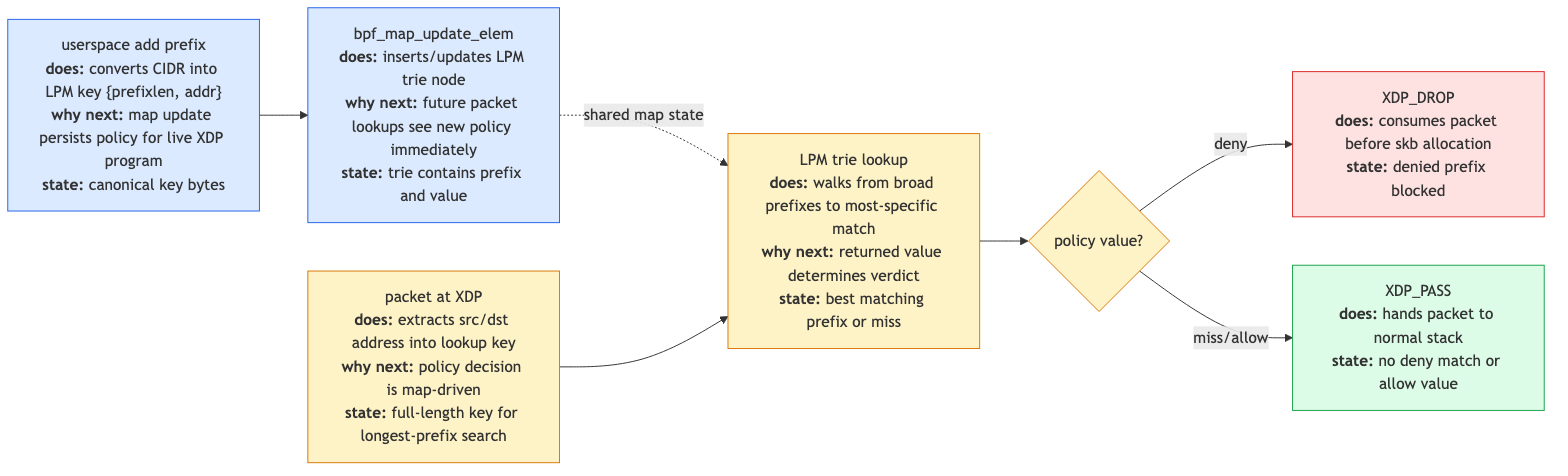
Earlier version of the Mermaid export ebpf/src/diagrams/day15_lookup_flow.png (biefy/books). Its source is kept beside it as ebpf/src/diagrams/src/day15_lookup_flow.mmd.
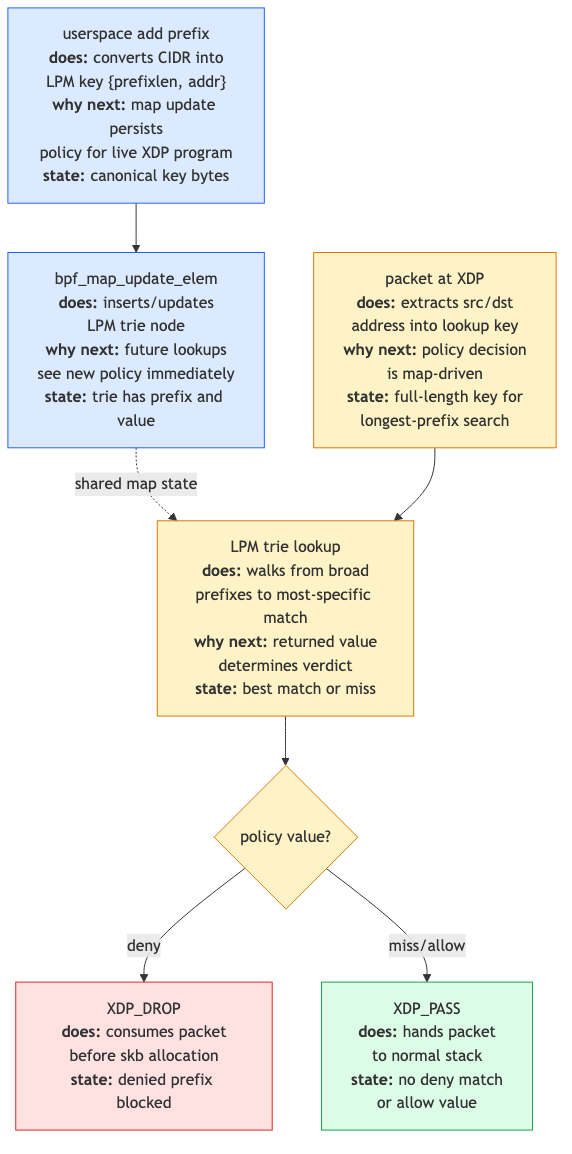
Later version of the same file.

Change to the diagram source:
```diff
@@ -1,11 +1,11 @@
-flowchart LR
-    CLI["userspace add prefix<br/><b>does:</b> converts CIDR into LPM key {prefixlen, addr}<br/><b>why next:</b> map update persists policy for live XDP program<br/><b>state:</b> canonical key bytes"]
-    Update["bpf_map_update_elem<br/><b>does:</b> inserts/updates LPM trie node<br/><b>why next:</b> future packet lookups see new policy immediately<br/><b>state:</b> trie contains prefix and value"]
-    Packet["packet at XDP<br/><b>does:</b> extracts src/dst address into lookup key<br/><b>why next:</b> policy decision is map-driven<br/><b>state:</b> full-length key for longest-prefix search"]
-    Lookup["LPM trie lookup<br/><b>does:</b> walks from broad prefixes to most-specific match<br/><b>why next:</b> returned value determines verdict<br/><b>state:</b> best matching prefix or miss"]
+flowchart TD
+    CLI["userspace add prefix<br/><b>does:</b> converts CIDR into<br/>LPM key {prefixlen, addr}<br/><b>why next:</b> map update persists<br/>policy for live XDP program<br/><b>state:</b> canonical key bytes"]
+    Update["bpf_map_update_elem<br/><b>does:</b> inserts/updates<br/>LPM trie node<br/><b>why next:</b> future lookups<br/>see new policy immediately<br/><b>state:</b> trie has prefix and value"]
+    Packet["packet at XDP<br/><b>does:</b> extracts src/dst<br/>address into lookup key<br/><b>why next:</b> policy decision<br/>is map-driven<br/><b>state:</b> full-length key for<br/>longest-prefix search"]
+    Lookup["LPM trie lookup<br/><b>does:</b> walks from broad<br/>prefixes to most-specific match<br/><b>why next:</b> returned value<br/>determines verdict<br/><b>state:</b> best match or miss"]
     Verdict{"policy value?"}
-    Drop["XDP_DROP<br/><b>does:</b> consumes packet before skb allocation<br/><b>state:</b> denied prefix blocked"]
-    Pass["XDP_PASS<br/><b>does:</b> hands packet to normal stack<br/><b>state:</b> no deny match or allow value"]
+    Drop["XDP_DROP<br/><b>does:</b> consumes packet<br/>before skb allocation<br/><b>state:</b> denied prefix blocked"]
+    Pass["XDP_PASS<br/><b>does:</b> hands packet<br/>to normal stack<br/><b>state:</b> no deny match<br/>or allow value"]
 
     CLI --> Update
     Update -. shared map state .-> Lookup
```
